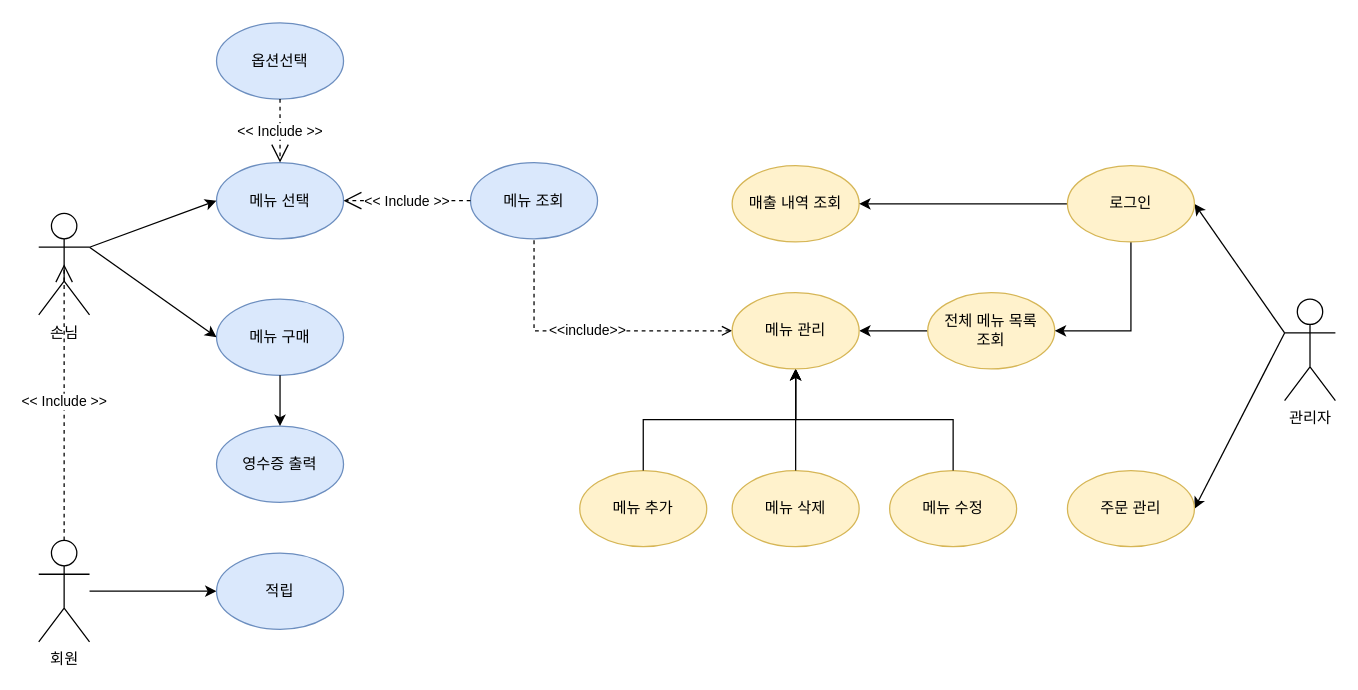
JinSolKwon/cafeKiosk keeps this draw.io diagram as page "키오스크 use" (1 of 6) of design/kioskClass.drawio. Above is the earlier version. Source tidied: cells renumbered, new cells numbered last; positions are measured from the earlier drawing's top-left corner, leaving out a move shared by most shapes. Both pictures are drawn from the tidied source at 127%, with x=0, y=0 at pixel (38, 22).
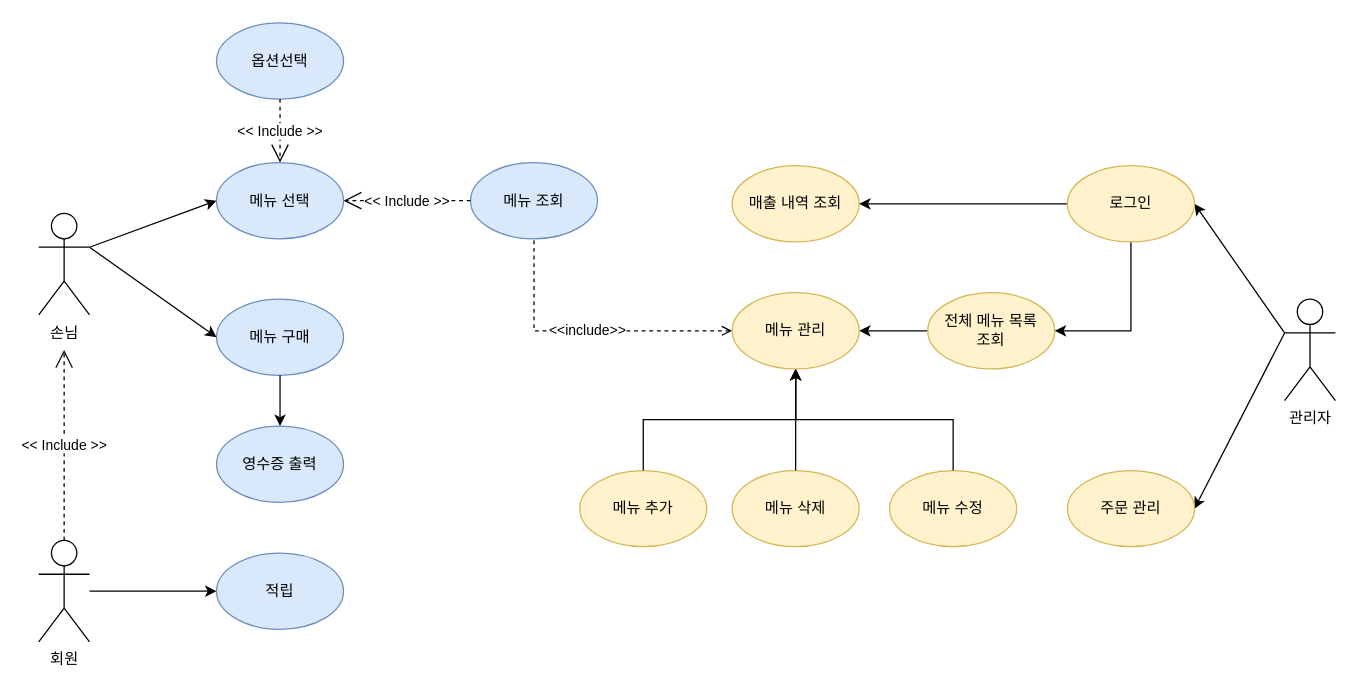
The same page after the edit.

The change refers to these unchanged cells:
```xml
<mxCell id="21" value="손님" style="shape=umlActor;verticalLabelPosition=bottom;verticalAlign=top;html=1;outlineConnect=0;" parent="1" vertex="1">
  <mxGeometry y="150.5" width="40" height="80" as="geometry" />
</mxCell>
<mxCell id="33" value="회원" style="shape=umlActor;verticalLabelPosition=bottom;verticalAlign=top;html=1;outlineConnect=0;" parent="1" vertex="1">
  <mxGeometry y="408" width="40" height="80" as="geometry" />
</mxCell>
```

The edit, as a diff of the source:
```diff
@@
-    <mxCell id="34" value="&amp;lt;&amp;lt; Include &amp;gt;&amp;gt;" style="endArrow=open;endSize=12;dashed=1;html=1;exitX=0.5;exitY=0;exitDx=0;exitDy=0;entryX=0.5;entryY=0.5;entryDx=0;entryDy=0;exitPerimeter=0;entryPerimeter=0;" parent="1" edge="1" source="33" target="21">
-      <mxGeometry relative="1" as="geometry" />
+    <mxCell id="34" value="&amp;lt;&amp;lt; Include &amp;gt;&amp;gt;" style="endArrow=open;endSize=12;dashed=1;html=1;exitX=0.5;exitY=0;exitDx=0;exitDy=0;exitPerimeter=0;" parent="1" edge="1" source="33">
+      <mxGeometry relative="1" as="geometry">
+        <mxPoint x="20" y="258" as="targetPoint" />
+      </mxGeometry>
     </mxCell>
```
